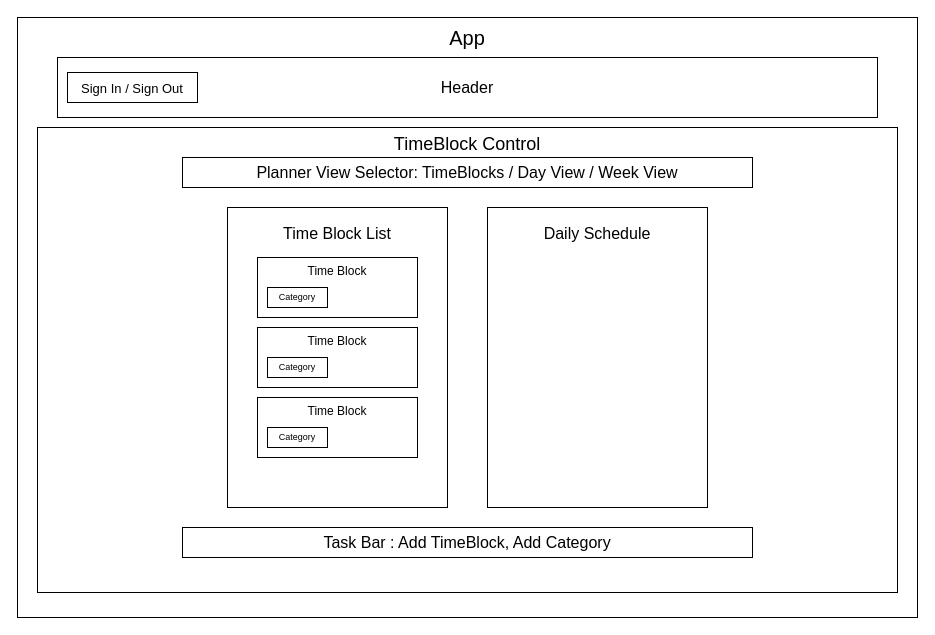
Above: app_diagram_v1.drawio in nsncowan/work-life-planner (draw.io), before the change. Source tidied: cells renumbered, new cells numbered last; positions are measured from the earlier drawing's top-left corner, leaving out a move shared by most shapes. Both pictures are drawn from the tidied source at 100%, with x=0, y=0 at pixel (17, 17).
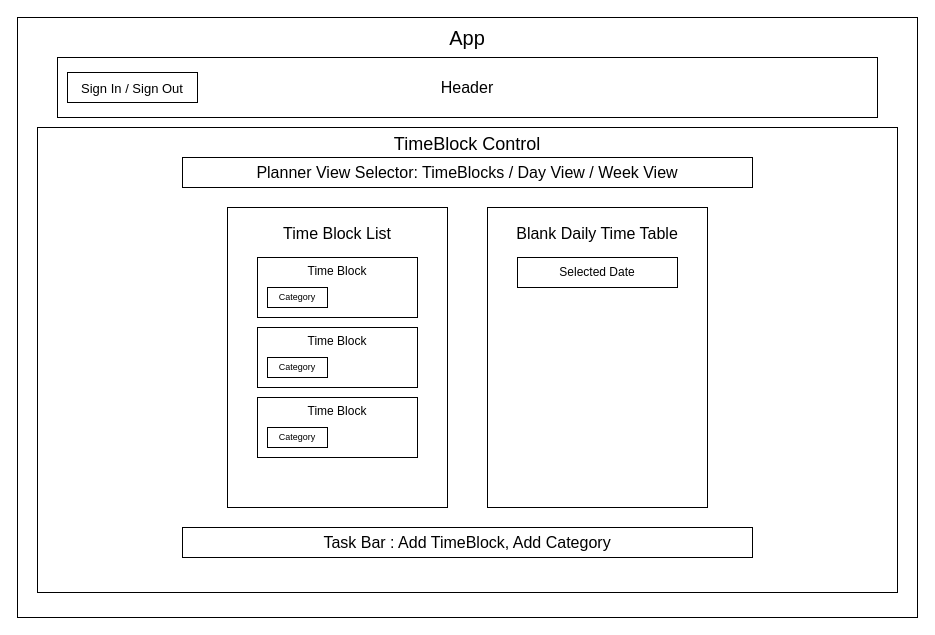
The same page after the edit.

Commit message (it also covers changes not shown here):
styling for time block list

The edit, as a diff of the source:
```diff
@@
 <mxGraphModel>
   <root>
     <mxCell id="0" />
     <mxCell id="1" parent="0" />
     <mxCell id="2" style="rounded=0;whiteSpace=wrap;html=1;fontSize=13;" parent="1" vertex="1">
       <mxGeometry width="900" height="600" as="geometry" />
     </mxCell>
     <mxCell id="3" value="&lt;font style=&quot;font-size: 20px;&quot;&gt;App&lt;br style=&quot;font-size: 20px;&quot;&gt;&lt;/font&gt;" style="text;strokeColor=none;align=center;fillColor=none;html=1;verticalAlign=middle;whiteSpace=wrap;rounded=0;fontSize=20;" parent="1" vertex="1">
       <mxGeometry x="416.2" width="67.5" height="40" as="geometry" />
     </mxCell>
     <mxCell id="4" value="TimeBlock Control" style="rounded=0;whiteSpace=wrap;html=1;verticalAlign=top;fontSize=18;" parent="1" vertex="1">
       <mxGeometry x="20" y="110" width="860" height="465" as="geometry" />
     </mxCell>
     <mxCell id="5" value="Time Block List" style="rounded=0;whiteSpace=wrap;html=1;spacingTop=10;verticalAlign=top;spacing=2;spacingBottom=0;horizontal=1;fontSize=16;" parent="1" vertex="1">
       <mxGeometry x="210" y="190" width="220" height="300" as="geometry" />
     </mxCell>
     <mxCell id="6" value="Time Block" style="rounded=0;whiteSpace=wrap;html=1;spacingLeft=0;verticalAlign=top;" parent="1" vertex="1">
       <mxGeometry x="240" y="240" width="160" height="60" as="geometry" />
     </mxCell>
     <mxCell id="7" value="Category" style="rounded=0;whiteSpace=wrap;html=1;fontSize=9;" parent="1" vertex="1">
       <mxGeometry x="250" y="270" width="60" height="20" as="geometry" />
     </mxCell>
-    <mxCell id="8" value="Daily Schedule" style="rounded=0;whiteSpace=wrap;html=1;fontSize=16;verticalAlign=top;spacingTop=10;" parent="1" vertex="1">
+    <mxCell id="8" value="Blank Daily Time Table" style="rounded=0;whiteSpace=wrap;html=1;fontSize=16;verticalAlign=top;spacingTop=10;" parent="1" vertex="1">
       <mxGeometry x="470" y="190" width="220" height="300" as="geometry" />
     </mxCell>
     <mxCell id="9" value="Time Block" style="rounded=0;whiteSpace=wrap;html=1;verticalAlign=top;" parent="1" vertex="1">
       <mxGeometry x="240" y="310" width="160" height="60" as="geometry" />
     </mxCell>
     <mxCell id="10" value="Time Block" style="rounded=0;whiteSpace=wrap;html=1;verticalAlign=top;" parent="1" vertex="1">
       <mxGeometry x="240" y="380" width="160" height="60" as="geometry" />
     </mxCell>
     <mxCell id="11" value="Category" style="rounded=0;whiteSpace=wrap;html=1;fontSize=9;" parent="1" vertex="1">
       <mxGeometry x="250" y="340" width="60" height="20" as="geometry" />
     </mxCell>
     <mxCell id="12" value="Category" style="rounded=0;whiteSpace=wrap;html=1;fontSize=9;" parent="1" vertex="1">
       <mxGeometry x="250" y="410" width="60" height="20" as="geometry" />
     </mxCell>
     <mxCell id="13" value="Planner View Selector: TimeBlocks / Day View / Week View" style="rounded=0;whiteSpace=wrap;html=1;fontSize=16;" parent="1" vertex="1">
       <mxGeometry x="165" y="140" width="570" height="30" as="geometry" />
     </mxCell>
     <mxCell id="14" value="Header" style="rounded=0;whiteSpace=wrap;html=1;fontSize=16;" parent="1" vertex="1">
       <mxGeometry x="40" y="40" width="820" height="60" as="geometry" />
     </mxCell>
     <mxCell id="15" value="&lt;font style=&quot;font-size: 13px;&quot;&gt;Sign In / Sign Out&lt;/font&gt;" style="rounded=0;whiteSpace=wrap;html=1;fontSize=16;" parent="1" vertex="1">
       <mxGeometry x="50" y="55" width="130" height="30" as="geometry" />
     </mxCell>
     <mxCell id="16" value="Task Bar : Add TimeBlock, Add Category" style="rounded=0;whiteSpace=wrap;html=1;fontSize=16;" parent="1" vertex="1">
       <mxGeometry x="165" y="510" width="570" height="30" as="geometry" />
     </mxCell>
+    <mxCell id="17" value="Selected Date" style="rounded=0;whiteSpace=wrap;html=1;" parent="1" vertex="1">
+      <mxGeometry x="500" y="240" width="160" height="30" as="geometry" />
+    </mxCell>
   </root>
 </mxGraphModel>
```
